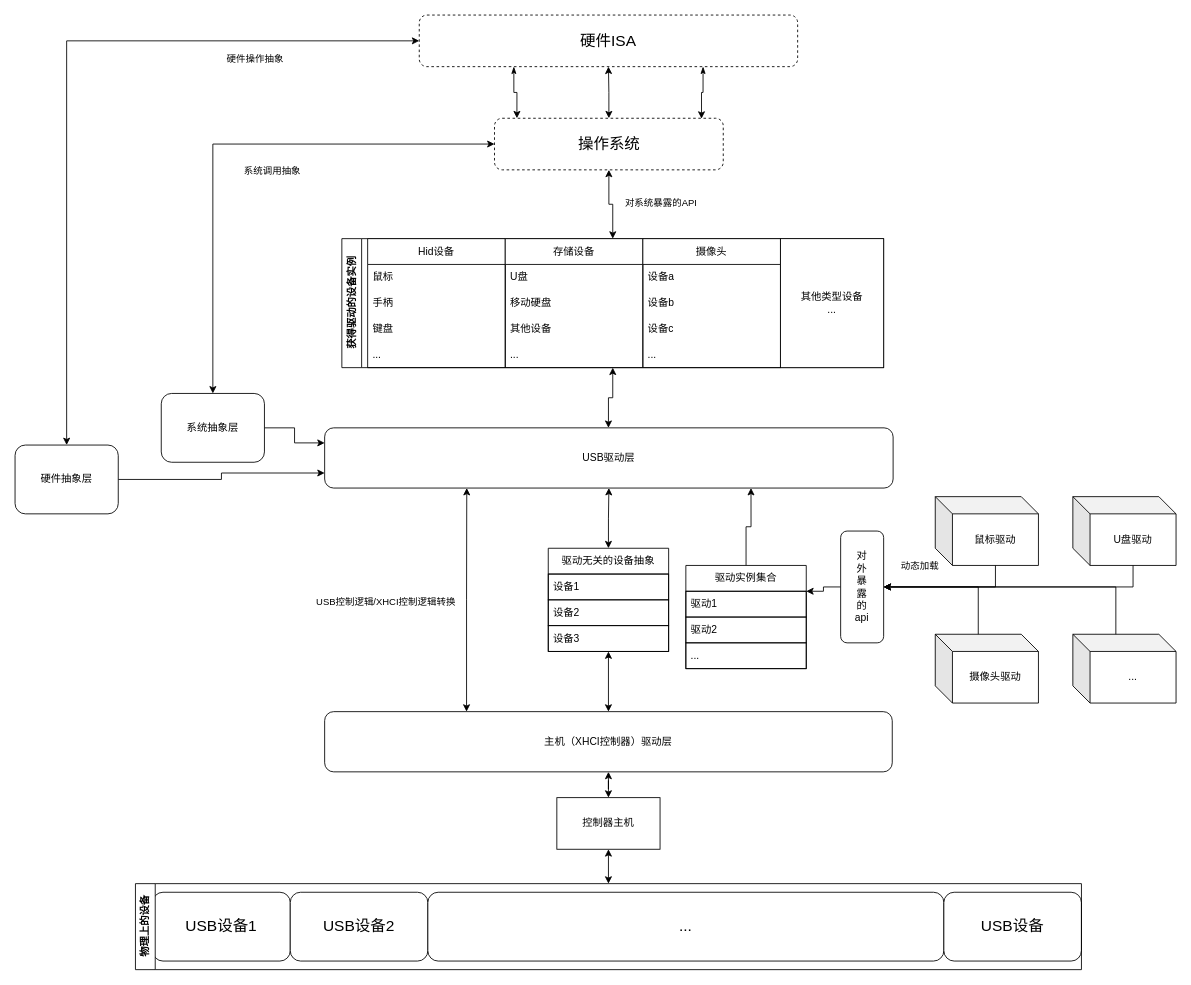
Earlier version of the draw.io diagram documents/drawio/main_architecture.drawio (dbydd/UUSBDriver). Source tidied: cells renumbered, new cells numbered last; positions are measured from the earlier drawing's top-left corner, leaving out a move shared by most shapes. Both pictures are drawn from the tidied source at 86%, with x=0, y=0 at pixel (15, 15).
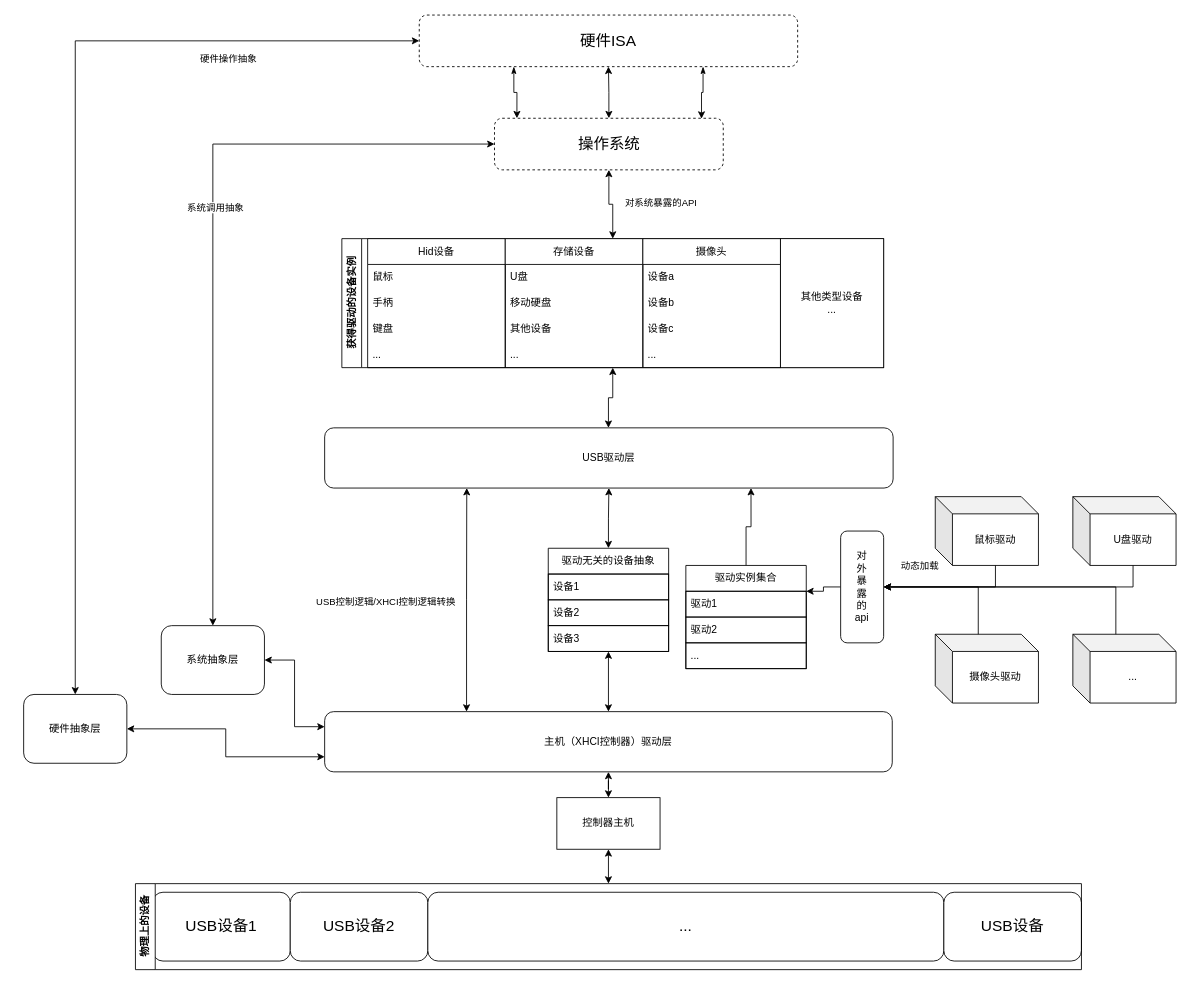
Above is the later version.

Unchanged cells that the change refers to:
```xml
<mxCell id="10" value="USB驱动层" style="rounded=1;whiteSpace=wrap;html=1;" parent="1" vertex="1">
  <mxGeometry x="360" y="480" width="661" height="70" as="geometry" />
</mxCell>
<mxCell id="14" value="主机（XHCI控制器）驱动层" style="rounded=1;whiteSpace=wrap;html=1;strokeColor=default;" parent="1" vertex="1">
  <mxGeometry x="360" y="810" width="660" height="70" as="geometry" />
</mxCell>
```

Diff of the diagram source:
```diff
@@
-    <mxCell id="17" style="edgeStyle=orthogonalEdgeStyle;rounded=0;jettySize=auto;html=1;exitX=1;exitY=0.5;exitDx=0;exitDy=0;entryX=0;entryY=0.75;entryDx=0;entryDy=0;" parent="1" edge="1" source="18" target="10">
-      <mxGeometry relative="1" as="geometry" />
-    </mxCell>
+    <mxCell id="70" style="edgeStyle=orthogonalEdgeStyle;rounded=0;jettySize=auto;html=1;exitX=1;exitY=0.5;exitDx=0;exitDy=0;entryX=0;entryY=0.75;entryDx=0;entryDy=0;startArrow=classic;startFill=1;" parent="1" edge="1" source="18" target="14">
+      <mxGeometry relative="1" as="geometry" />
+    </mxCell>
     <mxCell id="18" value="硬件抽象层" style="rounded=1;whiteSpace=wrap;html=1;" parent="1" vertex="1">
-      <mxGeometry y="500" width="120" height="80" as="geometry" />
+      <mxGeometry x="10" y="790" width="120" height="80" as="geometry" />
     </mxCell>
@@
-    <mxCell id="21" style="edgeStyle=orthogonalEdgeStyle;rounded=0;jettySize=auto;html=1;exitX=1;exitY=0.5;exitDx=0;exitDy=0;entryX=0;entryY=0.25;entryDx=0;entryDy=0;" parent="1" edge="1" source="22" target="10">
-      <mxGeometry relative="1" as="geometry" />
-    </mxCell>
+    <mxCell id="71" style="edgeStyle=orthogonalEdgeStyle;rounded=0;jettySize=auto;html=1;exitX=1;exitY=0.5;exitDx=0;exitDy=0;entryX=0;entryY=0.25;entryDx=0;entryDy=0;startArrow=classic;startFill=1;" parent="1" edge="1" source="22" target="14">
+      <mxGeometry relative="1" as="geometry" />
+    </mxCell>
     <mxCell id="22" value="系统抽象层" style="rounded=1;whiteSpace=wrap;html=1;" parent="1" vertex="1">
-      <mxGeometry x="170" y="440" width="120" height="80" as="geometry" />
+      <mxGeometry x="170" y="710" width="120" height="80" as="geometry" />
     </mxCell>
```
